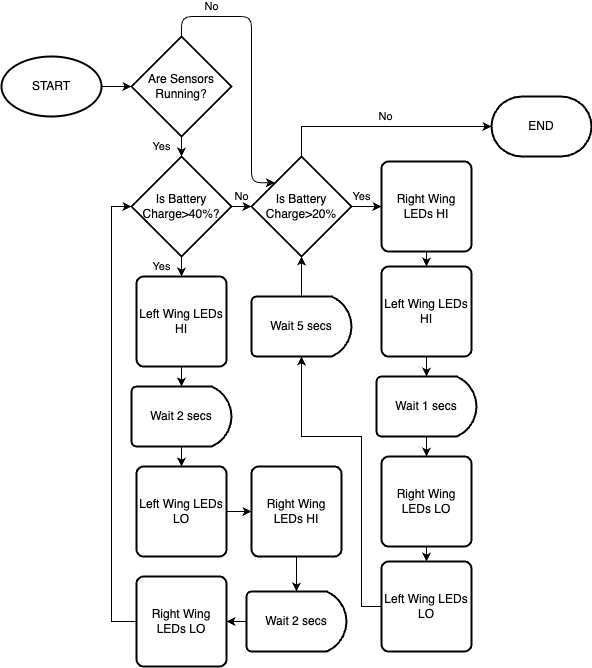
Before: LED Flowchart.drawio.png, a diagram exported from draw.io (Schlubs/UnGlider-EPQ). Source tidied: cells renumbered, new cells last; positions are measured from the earlier drawing's top-left corner, leaving out a move shared by most shapes.
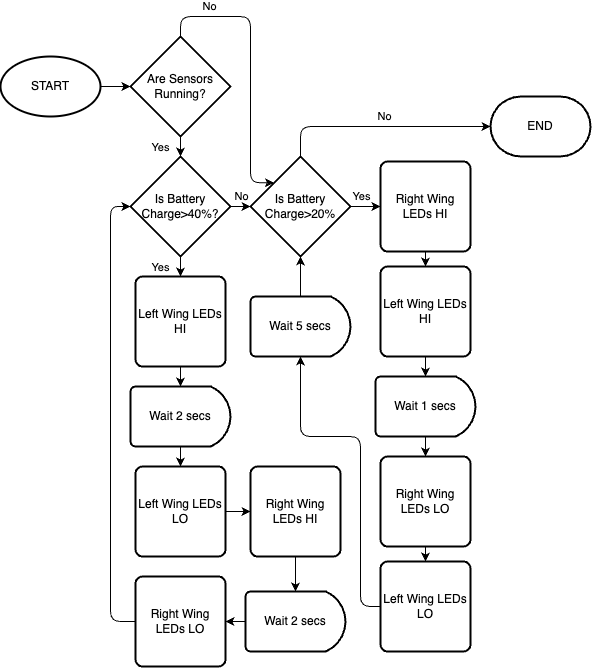
Above is the later version.

Diff of the diagram source:
```diff
@@ -50,7 +50,7 @@
     <mxCell id="15" value="END" style="strokeWidth=2;html=1;shape=mxgraph.flowchart.terminator;whiteSpace=wrap;strokeOpacity=100;fillOpacity=100;labelBackgroundColor=none;" parent="1" vertex="1">
       <mxGeometry x="490" y="80" width="100" height="60" as="geometry" />
     </mxCell>
-    <mxCell id="16" value="No" style="edgeStyle=orthogonalEdgeStyle;rounded=0;jettySize=auto;html=1;entryX=0;entryY=0.5;entryDx=0;entryDy=0;entryPerimeter=0;strokeOpacity=100;fillOpacity=100;labelBackgroundColor=none;fillColor=none;" parent="1" edge="1" source="11" target="15">
+    <mxCell id="16" value="No" style="edgeStyle=orthogonalEdgeStyle;rounded=1;jettySize=auto;html=1;entryX=0;entryY=0.5;entryDx=0;entryDy=0;entryPerimeter=0;strokeOpacity=100;fillOpacity=100;labelBackgroundColor=none;fillColor=none;strokeColor=default;curved=0;" parent="1" edge="1" source="11" target="15">
       <mxGeometry x="0.03" y="10" relative="1" as="geometry">
         <Array as="points">
           <mxPoint x="300" y="110" />
@@ -87,7 +87,7 @@
     <mxCell id="26" style="edgeStyle=orthogonalEdgeStyle;rounded=0;jettySize=auto;html=1;entryX=0.5;entryY=0;entryDx=0;entryDy=0;entryPerimeter=0;strokeOpacity=100;fillOpacity=100;labelBackgroundColor=none;" parent="1" edge="1" source="22" target="25">
       <mxGeometry relative="1" as="geometry" />
     </mxCell>
-    <mxCell id="27" style="edgeStyle=orthogonalEdgeStyle;rounded=0;jettySize=auto;html=1;entryX=0;entryY=0.5;entryDx=0;entryDy=0;entryPerimeter=0;strokeOpacity=100;fillOpacity=100;labelBackgroundColor=none;" parent="1" edge="1" source="28" target="9">
+    <mxCell id="27" style="edgeStyle=orthogonalEdgeStyle;rounded=1;jettySize=auto;html=1;entryX=0;entryY=0.5;entryDx=0;entryDy=0;entryPerimeter=0;strokeOpacity=100;fillOpacity=100;labelBackgroundColor=none;curved=0;" parent="1" edge="1" source="28" target="9">
       <mxGeometry relative="1" as="geometry">
         <Array as="points">
           <mxPoint x="110" y="605" />
@@ -113,7 +113,7 @@
     <mxCell id="33" value="Right Wing LEDs LO" style="rounded=1;whiteSpace=wrap;html=1;absoluteArcSize=1;arcSize=14;strokeWidth=2;rotation=0;strokeOpacity=100;fillOpacity=100;labelBackgroundColor=none;" parent="1" vertex="1">
       <mxGeometry x="380" y="440" width="90" height="90" as="geometry" />
     </mxCell>
-    <mxCell id="34" style="edgeStyle=orthogonalEdgeStyle;rounded=0;jettySize=auto;html=1;entryX=0.5;entryY=1;entryDx=0;entryDy=0;entryPerimeter=0;strokeOpacity=100;fillOpacity=100;labelBackgroundColor=none;" parent="1" edge="1" source="35" target="36">
+    <mxCell id="34" style="edgeStyle=orthogonalEdgeStyle;rounded=1;jettySize=auto;html=1;entryX=0.5;entryY=1;entryDx=0;entryDy=0;entryPerimeter=0;strokeOpacity=100;fillOpacity=100;labelBackgroundColor=none;curved=0;" parent="1" edge="1" source="35" target="36">
       <mxGeometry relative="1" as="geometry">
         <Array as="points">
           <mxPoint x="360" y="590" />
```
